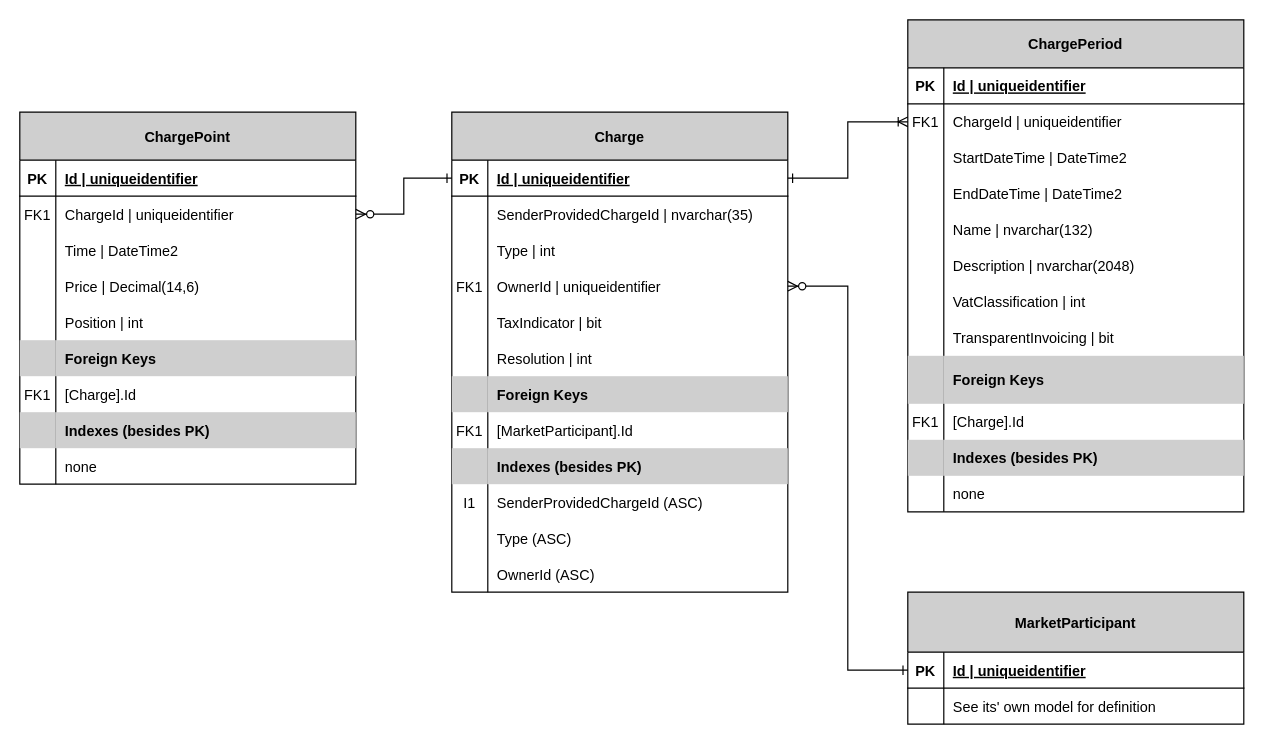
The draw.io diagram docs/data-models/ChargesDataModel.drawio in Energinet-DataHub/ARCHIVED-geh-charges, before the edit. Source tidied: cells renumbered, new cells numbered last; positions are measured from the earlier drawing's top-left corner, leaving out a move shared by most shapes. Both pictures are drawn from the tidied source at 120%, with x=0, y=0 at pixel (19, 19).
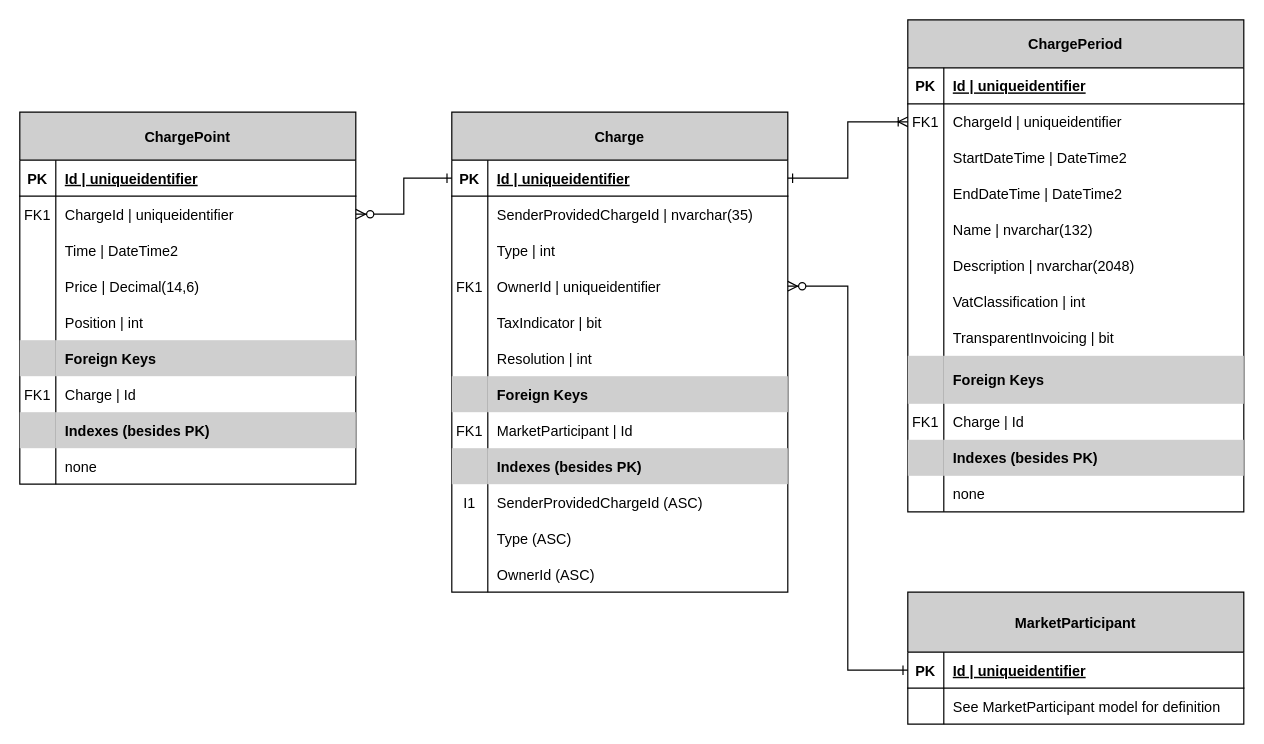
Above is the later version.

Unchanged cells that the change refers to:
```xml
<mxCell id="25" style="shape=partialRectangle;fillColor=none;top=0;left=0;bottom=0;right=0;" parent="3" vertex="1">
  <mxGeometry y="250" width="280" height="30" as="geometry" />
</mxCell>
<mxCell id="69" style="shape=partialRectangle;fillColor=none;top=0;left=0;bottom=0;right=0;" parent="41" vertex="1">
  <mxGeometry y="320" width="280" height="30" as="geometry" />
</mxCell>
<mxCell id="97" style="shape=partialRectangle;fillColor=none;top=0;left=0;bottom=0;right=0;" parent="78" vertex="1">
  <mxGeometry y="220" width="280" height="30" as="geometry" />
</mxCell>
<mxCell id="110" style="shape=partialRectangle;fillColor=none;top=0;left=0;bottom=0;right=0;" parent="106" vertex="1">
  <mxGeometry y="80" width="280" height="30" as="geometry" />
</mxCell>
```

Diff of the diagram source:
```diff
@@
-    <mxCell id="27" value="[MarketParticipant].Id" style="shape=partialRectangle;fillColor=none;top=0;left=0;bottom=0;right=0;align=left;spacingLeft=6;overflow=hidden;" parent="25" vertex="1">
+    <mxCell id="27" value="MarketParticipant | Id" style="shape=partialRectangle;fillColor=none;top=0;left=0;bottom=0;right=0;align=left;spacingLeft=6;overflow=hidden;" parent="25" vertex="1">
       <mxGeometry x="30" width="250" height="30" as="geometry" />
     </mxCell>
@@
-    <mxCell id="71" value="[Charge].Id" style="shape=partialRectangle;fillColor=none;top=0;left=0;bottom=0;right=0;align=left;spacingLeft=6;overflow=hidden;" parent="69" vertex="1">
+    <mxCell id="71" value="Charge | Id" style="shape=partialRectangle;fillColor=none;top=0;left=0;bottom=0;right=0;align=left;spacingLeft=6;overflow=hidden;" parent="69" vertex="1">
       <mxGeometry x="30" width="250" height="30" as="geometry" />
     </mxCell>
@@
-    <mxCell id="99" value="[Charge].Id" style="shape=partialRectangle;fillColor=none;top=0;left=0;bottom=0;right=0;align=left;spacingLeft=6;overflow=hidden;" parent="97" vertex="1">
+    <mxCell id="99" value="Charge | Id" style="shape=partialRectangle;fillColor=none;top=0;left=0;bottom=0;right=0;align=left;spacingLeft=6;overflow=hidden;" parent="97" vertex="1">
       <mxGeometry x="30" width="250" height="30" as="geometry" />
     </mxCell>
@@
-    <mxCell id="112" value="See its' own model for definition" style="shape=partialRectangle;fillColor=none;top=0;left=0;bottom=0;right=0;align=left;spacingLeft=6;overflow=hidden;" parent="110" vertex="1">
+    <mxCell id="112" value="See MarketParticipant model for definition" style="shape=partialRectangle;fillColor=none;top=0;left=0;bottom=0;right=0;align=left;spacingLeft=6;overflow=hidden;" parent="110" vertex="1">
       <mxGeometry x="30" width="250" height="30" as="geometry" />
     </mxCell>
```
